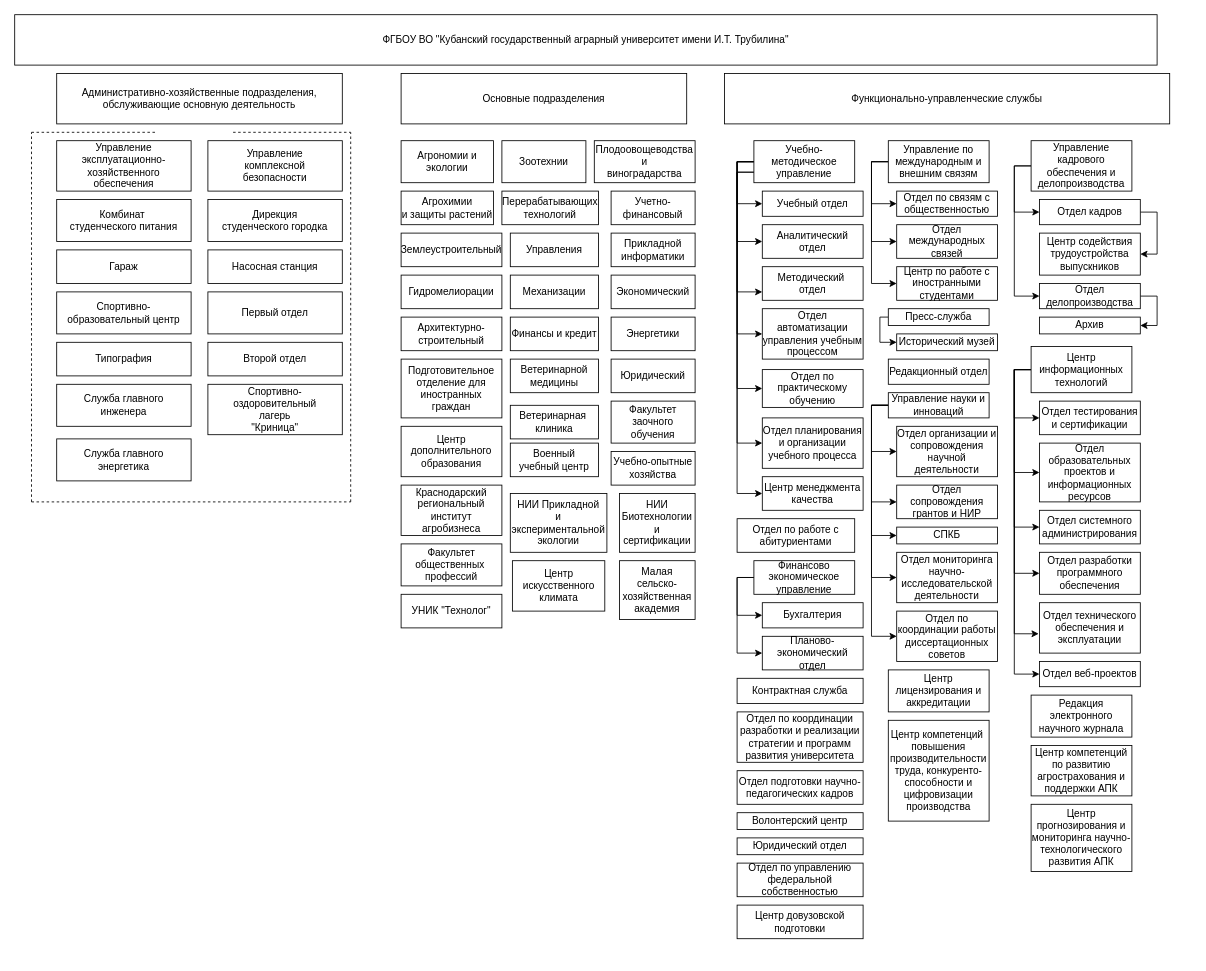
The draw.io diagram Диаграмма без названия.drawio in dariaperepechina/graph, before the edit. Source tidied: cells renumbered, new cells numbered last; positions are measured from the earlier drawing's top-left corner, leaving out a move shared by most shapes. Both pictures are drawn from the tidied source at 84%, with x=0, y=0 at pixel (14, 14).
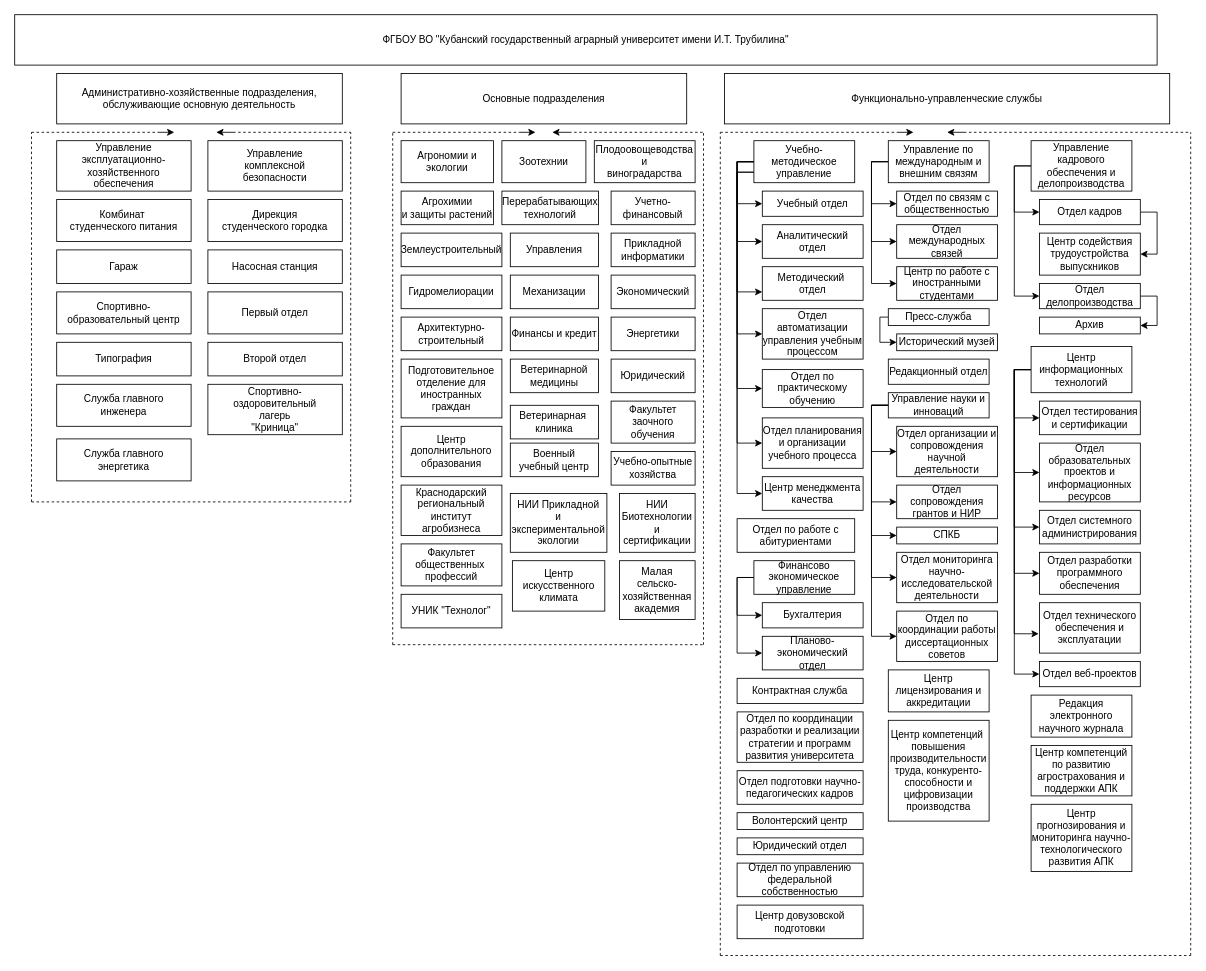
Above is the later version.

The edit, as a diff of the source:
```diff
@@
+    <mxCell id="131" style="endArrow=none;dashed=1;html=1;rounded=0;" parent="1" edge="1">
+      <mxGeometry relative="1" as="geometry">
+        <mxPoint x="450" y="750" as="sourcePoint" />
+        <mxPoint x="820" y="750" as="targetPoint" />
+      </mxGeometry>
+    </mxCell>
+    <mxCell id="132" style="endArrow=none;dashed=1;html=1;rounded=0;" parent="1" edge="1">
+      <mxGeometry relative="1" as="geometry">
+        <mxPoint x="450" y="750" as="sourcePoint" />
+        <mxPoint x="450" y="140" as="targetPoint" />
+      </mxGeometry>
+    </mxCell>
+    <mxCell id="133" style="endArrow=none;dashed=1;html=1;rounded=0;" parent="1" edge="1">
+      <mxGeometry relative="1" as="geometry">
+        <mxPoint x="820" y="750" as="sourcePoint" />
+        <mxPoint x="820" y="140" as="targetPoint" />
+      </mxGeometry>
+    </mxCell>
+    <mxCell id="134" style="endArrow=none;dashed=1;html=1;rounded=0;" parent="1" edge="1">
+      <mxGeometry relative="1" as="geometry">
+        <mxPoint x="450" y="140" as="sourcePoint" />
+        <mxPoint x="600" y="140" as="targetPoint" />
+      </mxGeometry>
+    </mxCell>
+    <mxCell id="135" style="endArrow=none;dashed=1;html=1;rounded=0;" parent="1" edge="1">
+      <mxGeometry relative="1" as="geometry">
+        <mxPoint x="660" y="140" as="sourcePoint" />
+        <mxPoint x="820" y="140" as="targetPoint" />
+      </mxGeometry>
+    </mxCell>
+    <mxCell id="136" style="endArrow=none;dashed=1;html=1;rounded=0;" parent="1" edge="1">
+      <mxGeometry relative="1" as="geometry">
+        <mxPoint x="840" y="1120" as="sourcePoint" />
+        <mxPoint x="1400" y="1120" as="targetPoint" />
+      </mxGeometry>
+    </mxCell>
+    <mxCell id="137" style="endArrow=none;dashed=1;html=1;rounded=0;" parent="1" edge="1">
+      <mxGeometry relative="1" as="geometry">
+        <mxPoint x="840" y="1120" as="sourcePoint" />
+        <mxPoint x="840" y="140" as="targetPoint" />
+      </mxGeometry>
+    </mxCell>
+    <mxCell id="138" style="endArrow=none;dashed=1;html=1;rounded=0;" parent="1" edge="1">
+      <mxGeometry relative="1" as="geometry">
+        <mxPoint x="1400" y="1120" as="sourcePoint" />
+        <mxPoint x="1400" y="140" as="targetPoint" />
+      </mxGeometry>
+    </mxCell>
+    <mxCell id="139" style="endArrow=none;dashed=1;html=1;rounded=0;" parent="1" edge="1">
+      <mxGeometry relative="1" as="geometry">
+        <mxPoint x="840" y="140" as="sourcePoint" />
+        <mxPoint x="1050" y="140" as="targetPoint" />
+      </mxGeometry>
+    </mxCell>
+    <mxCell id="140" style="endArrow=none;dashed=1;html=1;rounded=0;" parent="1" edge="1">
+      <mxGeometry relative="1" as="geometry">
+        <mxPoint x="1130" y="140" as="sourcePoint" />
+        <mxPoint x="1400" y="140" as="targetPoint" />
+      </mxGeometry>
+    </mxCell>
+    <mxCell id="141" style="endArrow=classic;html=1;rounded=0;" parent="1" edge="1">
+      <mxGeometry relative="1" as="geometry">
+        <mxPoint x="170" y="140" as="sourcePoint" />
+        <mxPoint x="190" y="140" as="targetPoint" />
+      </mxGeometry>
+    </mxCell>
+    <mxCell id="142" style="endArrow=classic;html=1;rounded=0;" parent="1" edge="1">
+      <mxGeometry relative="1" as="geometry">
+        <mxPoint x="260" y="140" as="sourcePoint" />
+        <mxPoint x="240" y="140" as="targetPoint" />
+      </mxGeometry>
+    </mxCell>
+    <mxCell id="143" style="endArrow=classic;html=1;rounded=0;" parent="1" edge="1">
+      <mxGeometry relative="1" as="geometry">
+        <mxPoint x="600" y="140" as="sourcePoint" />
+        <mxPoint x="620" y="140" as="targetPoint" />
+      </mxGeometry>
+    </mxCell>
+    <mxCell id="144" style="endArrow=classic;html=1;rounded=0;" parent="1" edge="1">
+      <mxGeometry relative="1" as="geometry">
+        <mxPoint x="660" y="140" as="sourcePoint" />
+        <mxPoint x="640" y="140" as="targetPoint" />
+      </mxGeometry>
+    </mxCell>
+    <mxCell id="145" style="endArrow=classic;html=1;rounded=0;" parent="1" edge="1">
+      <mxGeometry relative="1" as="geometry">
+        <mxPoint x="1050" y="140" as="sourcePoint" />
+        <mxPoint x="1070" y="140" as="targetPoint" />
+      </mxGeometry>
+    </mxCell>
+    <mxCell id="146" style="endArrow=classic;html=1;rounded=0;" parent="1" edge="1">
+      <mxGeometry relative="1" as="geometry">
+        <mxPoint x="1130" y="140" as="sourcePoint" />
+        <mxPoint x="1110" y="140" as="targetPoint" />
+      </mxGeometry>
+    </mxCell>
```
